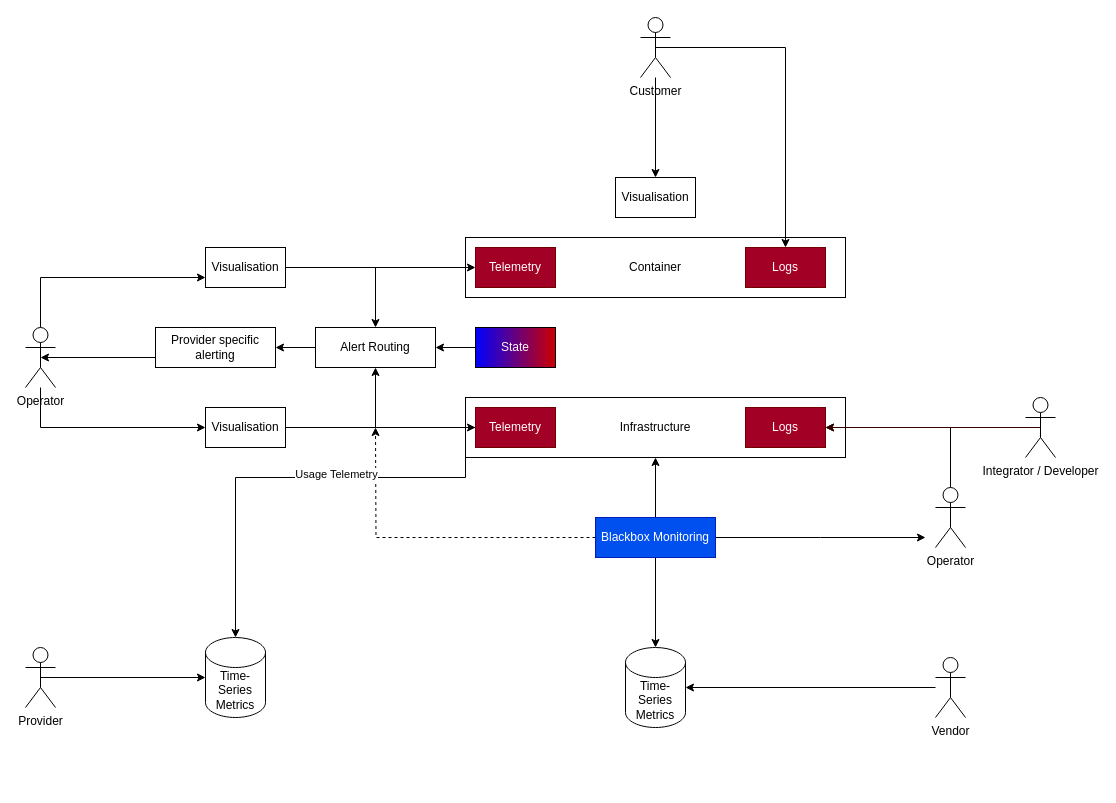
The draw.io diagram overview_monitoring_architecture.drawio in SovereignCloudStack/Design-Docs, before the edit. Source tidied: cells renumbered, new cells numbered last; positions are measured from the earlier drawing's top-left corner, leaving out a move shared by most shapes. Both pictures are drawn from the tidied source at 100%, with x=0, y=0 at pixel (25, 17).
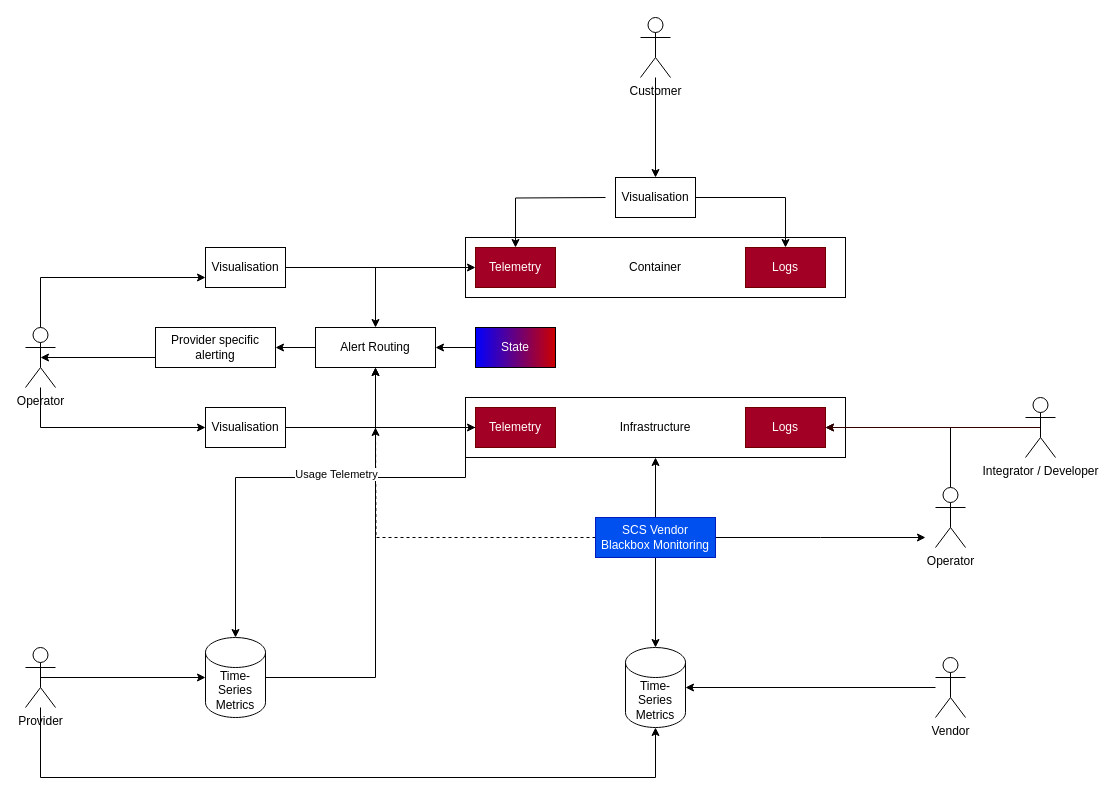
The same diagram, later.

Commit message:
sync raw .drawio file with recent changes

The change refers to these unchanged cells:
```xml
<mxCell id="9" value="Telemetry" style="rounded=0;whiteSpace=wrap;html=1;fillColor=#a20025;strokeColor=#6F0000;fontColor=#ffffff;" parent="1" vertex="1">
  <mxGeometry x="450" y="230" width="80" height="40" as="geometry" />
</mxCell>
<mxCell id="15" value="Time-Series Metrics" style="shape=cylinder3;whiteSpace=wrap;html=1;boundedLbl=1;backgroundOutline=1;size=15;" parent="1" vertex="1">
  <mxGeometry x="600" y="630" width="60" height="80" as="geometry" />
</mxCell>
<mxCell id="17" value="Alert Routing" style="rounded=0;whiteSpace=wrap;html=1;" parent="1" vertex="1">
  <mxGeometry x="290" y="310" width="120" height="40" as="geometry" />
</mxCell>
<mxCell id="23" value="Visualisation" style="rounded=0;whiteSpace=wrap;html=1;" parent="1" vertex="1">
  <mxGeometry x="590" y="160" width="80" height="40" as="geometry" />
</mxCell>
<mxCell id="32" value="Customer" style="shape=umlActor;verticalLabelPosition=bottom;verticalAlign=top;html=1;outlineConnect=0;" parent="1" vertex="1">
  <mxGeometry x="615" width="30" height="60" as="geometry" />
</mxCell>
<mxCell id="34" value="Logs" style="rounded=0;whiteSpace=wrap;html=1;fillColor=#a20025;strokeColor=#6F0000;fontColor=#ffffff;" parent="1" vertex="1">
  <mxGeometry x="720" y="230" width="80" height="40" as="geometry" />
</mxCell>
<mxCell id="37" value="Time-Series Metrics" style="shape=cylinder3;whiteSpace=wrap;html=1;boundedLbl=1;backgroundOutline=1;size=15;" parent="1" vertex="1">
  <mxGeometry x="180" y="620" width="60" height="80" as="geometry" />
</mxCell>
<mxCell id="39" value="Provider" style="shape=umlActor;verticalLabelPosition=bottom;verticalAlign=top;html=1;outlineConnect=0;" parent="1" vertex="1">
  <mxGeometry y="630" width="30" height="60" as="geometry" />
</mxCell>
```

What changed in the source:
```diff
@@
-    <mxCell id="14" value="Blackbox Monitoring" style="rounded=0;whiteSpace=wrap;html=1;fillColor=#0050ef;strokeColor=#001DBC;fontColor=#ffffff;" parent="1" vertex="1">
+    <mxCell id="14" value="SCS Vendor Blackbox Monitoring" style="rounded=0;whiteSpace=wrap;html=1;fillColor=#0050ef;strokeColor=#001DBC;fontColor=#ffffff;" parent="1" vertex="1">
       <mxGeometry x="570" y="500" width="120" height="40" as="geometry" />
     </mxCell>
@@
-    <mxCell id="31" style="edgeStyle=orthogonalEdgeStyle;rounded=0;jettySize=auto;html=1;exitX=0.5;exitY=0.5;exitDx=0;exitDy=0;exitPerimeter=0;entryX=0.5;entryY=0;entryDx=0;entryDy=0;" parent="1" edge="1" source="32" target="34">
+    <mxCell id="31" style="edgeStyle=orthogonalEdgeStyle;rounded=0;jettySize=auto;html=1;exitX=1;exitY=0.5;exitDx=0;exitDy=0;entryX=0.5;entryY=0;entryDx=0;entryDy=0;" parent="1" edge="1" source="23" target="34">
       <mxGeometry relative="1" as="geometry" />
     </mxCell>
+    <mxCell id="44" style="edgeStyle=orthogonalEdgeStyle;rounded=0;jettySize=auto;html=1;" parent="1" edge="1" target="9">
+      <mxGeometry relative="1" as="geometry">
+        <mxPoint x="580" y="180" as="sourcePoint" />
+      </mxGeometry>
+    </mxCell>
@@
+    <mxCell id="45" style="edgeStyle=orthogonalEdgeStyle;rounded=0;jettySize=auto;html=1;exitX=1;exitY=0.5;exitDx=0;exitDy=0;exitPerimeter=0;entryX=0.5;entryY=1;entryDx=0;entryDy=0;" parent="1" edge="1" source="37" target="17">
+      <mxGeometry relative="1" as="geometry" />
+    </mxCell>
@@
+    <mxCell id="46" style="edgeStyle=orthogonalEdgeStyle;rounded=0;jettySize=auto;html=1;entryX=0.5;entryY=1;entryDx=0;entryDy=0;entryPerimeter=0;" parent="1" edge="1" source="39" target="15">
+      <mxGeometry relative="1" as="geometry">
+        <Array as="points">
+          <mxPoint x="15" y="760" />
+          <mxPoint x="630" y="760" />
+        </Array>
+      </mxGeometry>
+    </mxCell>
```
